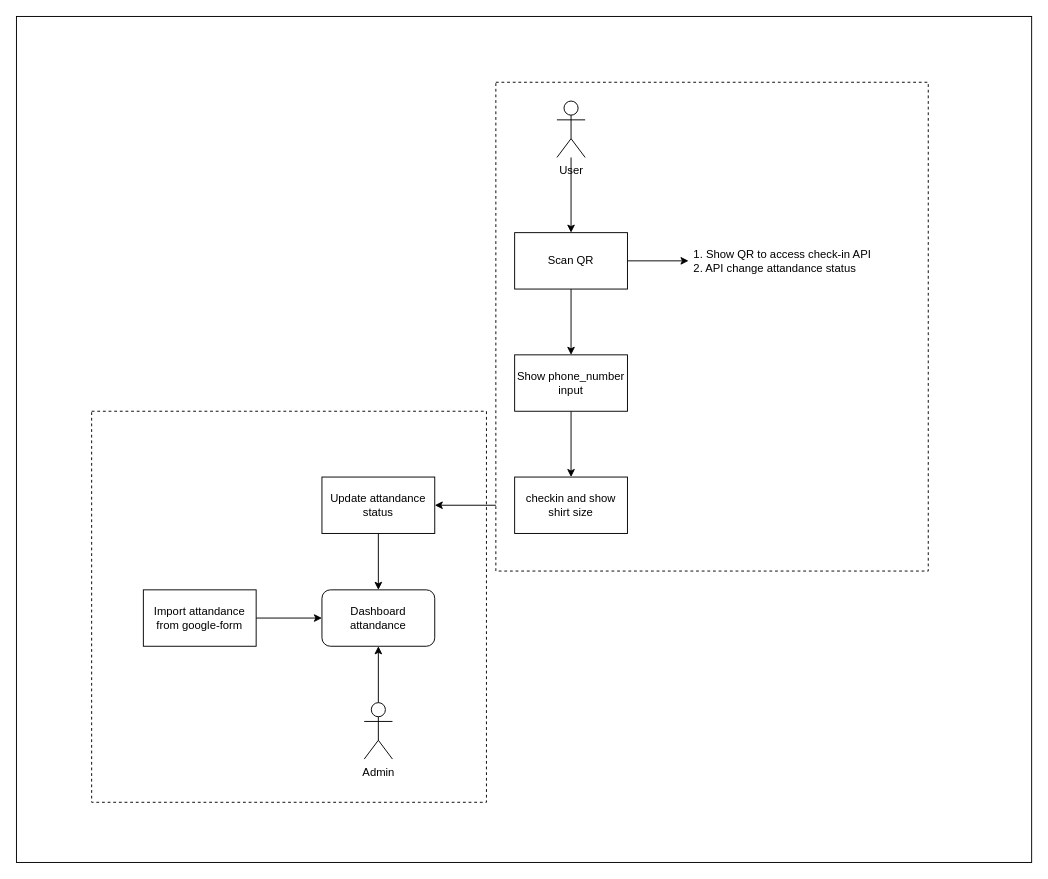
Before: flow.drawio in bip-itteam-internal/halal-bihalal-2025, a draw.io diagram. Source tidied: cells renumbered, new cells numbered last; positions are measured from the earlier drawing's top-left corner, leaving out a move shared by most shapes. Both pictures are drawn from the tidied source at 94%, with x=0, y=0 at pixel (16, 16).
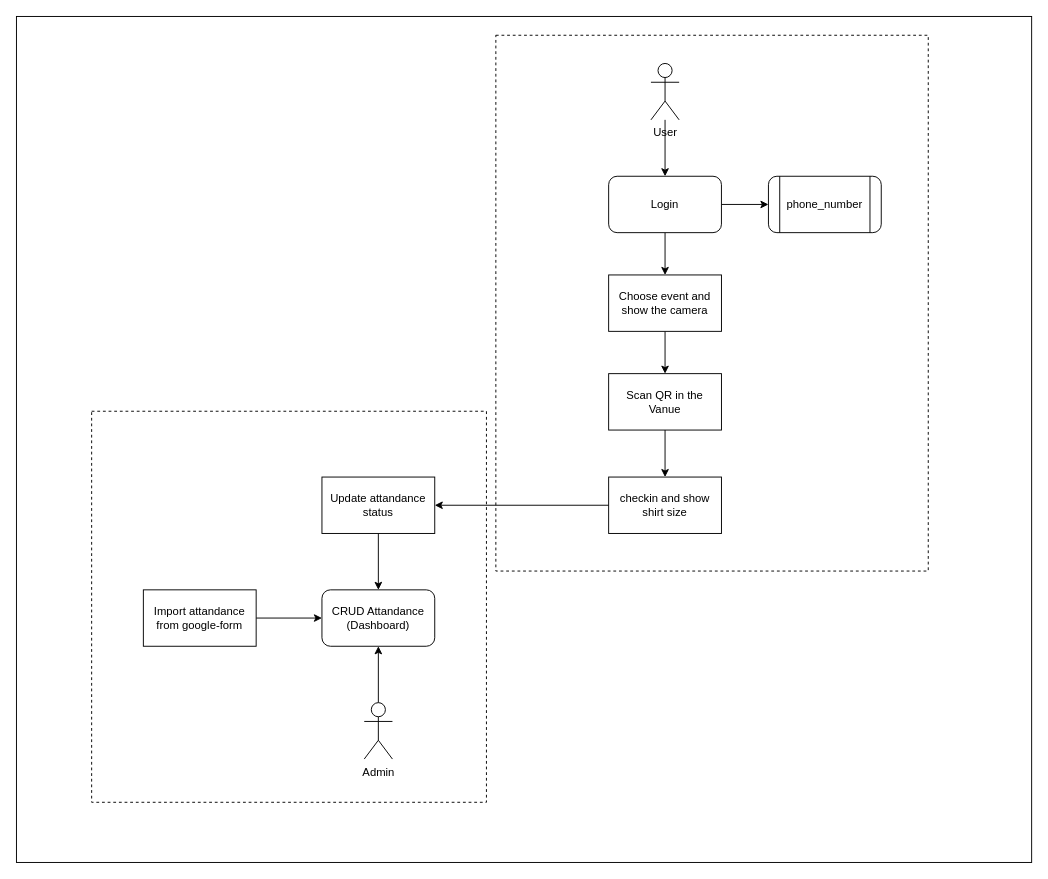
Above is the later version.

Unchanged cells that the change refers to:
```xml
<mxCell id="6" value="Update attandance status" style="rounded=0;whiteSpace=wrap;html=1;" parent="1" vertex="1">
  <mxGeometry x="325" y="490" width="120" height="60" as="geometry" />
</mxCell>
```

What changed in the source:
```diff
@@
-    <mxCell id="4" style="edgeStyle=orthogonalEdgeStyle;rounded=0;jettySize=auto;html=1;" parent="1" edge="1" source="20" target="6">
-      <mxGeometry relative="1" as="geometry" />
-    </mxCell>
@@
-    <mxCell id="7" value="Dashboard attandance" style="rounded=1;whiteSpace=wrap;html=1;" parent="1" vertex="1">
+    <mxCell id="7" value="CRUD Attandance (Dashboard)" style="rounded=1;whiteSpace=wrap;html=1;" parent="1" vertex="1">
       <mxGeometry x="325" y="610" width="120" height="60" as="geometry" />
     </mxCell>
@@
     <mxCell id="12" style="rounded=0;whiteSpace=wrap;html=1;dashed=1;" parent="1" vertex="1">
-      <mxGeometry x="510" y="70" width="460" height="520" as="geometry" />
+      <mxGeometry x="510" y="20" width="460" height="570" as="geometry" />
     </mxCell>
-    <mxCell id="13" style="edgeStyle=orthogonalEdgeStyle;rounded=0;jettySize=auto;html=1;" parent="1" edge="1" source="14" target="17">
+    <mxCell id="13" style="edgeStyle=orthogonalEdgeStyle;rounded=0;jettySize=auto;html=1;entryX=0.5;entryY=0;entryDx=0;entryDy=0;" parent="1" edge="1" source="14" target="24">
       <mxGeometry relative="1" as="geometry" />
     </mxCell>
     <mxCell id="14" value="User" style="shape=umlActor;verticalLabelPosition=bottom;verticalAlign=top;html=1;outlineConnect=0;" parent="1" vertex="1">
-      <mxGeometry x="575" y="90" width="30" height="60" as="geometry" />
+      <mxGeometry x="675" y="50" width="30" height="60" as="geometry" />
     </mxCell>
-    <mxCell id="15" style="edgeStyle=orthogonalEdgeStyle;rounded=0;jettySize=auto;html=1;" parent="1" edge="1" source="17" target="19">
-      <mxGeometry relative="1" as="geometry" />
-    </mxCell>
-    <mxCell id="16" style="edgeStyle=orthogonalEdgeStyle;rounded=0;jettySize=auto;html=1;entryX=0;entryY=0.5;entryDx=0;entryDy=0;" parent="1" edge="1" source="17" target="21">
-      <mxGeometry relative="1" as="geometry" />
-    </mxCell>
-    <mxCell id="17" value="Scan QR" style="rounded=0;whiteSpace=wrap;html=1;" parent="1" vertex="1">
-      <mxGeometry x="530" y="230" width="120" height="60" as="geometry" />
+    <mxCell id="17" value="Scan QR in the Vanue" style="rounded=0;whiteSpace=wrap;html=1;" parent="1" vertex="1">
+      <mxGeometry x="630" y="380" width="120" height="60" as="geometry" />
     </mxCell>
-    <mxCell id="18" style="edgeStyle=orthogonalEdgeStyle;rounded=0;jettySize=auto;html=1;entryX=0.5;entryY=0;entryDx=0;entryDy=0;" parent="1" edge="1" source="19" target="20">
+    <mxCell id="18" style="edgeStyle=orthogonalEdgeStyle;rounded=0;jettySize=auto;html=1;entryX=0.5;entryY=0;entryDx=0;entryDy=0;exitX=0.5;exitY=1;exitDx=0;exitDy=0;" parent="1" edge="1" source="17" target="20">
       <mxGeometry relative="1" as="geometry" />
     </mxCell>
-    <mxCell id="19" value="Show phone_number input" style="rounded=0;whiteSpace=wrap;html=1;" parent="1" vertex="1">
-      <mxGeometry x="530" y="360" width="120" height="60" as="geometry" />
-    </mxCell>
     <mxCell id="20" value="checkin and show shirt size" style="rounded=0;whiteSpace=wrap;html=1;" parent="1" vertex="1">
-      <mxGeometry x="530" y="490" width="120" height="60" as="geometry" />
+      <mxGeometry x="630" y="490" width="120" height="60" as="geometry" />
     </mxCell>
-    <mxCell id="21" value="&lt;div style=&quot;text-align: left;&quot;&gt;&lt;span style=&quot;background-color: transparent; color: light-dark(rgb(0, 0, 0), rgb(255, 255, 255));&quot;&gt;1. Show QR to access check-in API&lt;br&gt;2. API change attandance status&lt;/span&gt;&lt;/div&gt;" style="text;html=1;align=center;verticalAlign=middle;whiteSpace=wrap;rounded=0;" parent="1" vertex="1">
-      <mxGeometry x="715" y="245" width="200" height="30" as="geometry" />
-    </mxCell>
+    <mxCell id="22" style="edgeStyle=orthogonalEdgeStyle;rounded=0;jettySize=auto;html=1;entryX=0.5;entryY=0;entryDx=0;entryDy=0;" parent="1" edge="1" source="24" target="26">
+      <mxGeometry relative="1" as="geometry" />
+    </mxCell>
+    <mxCell id="23" style="edgeStyle=orthogonalEdgeStyle;rounded=0;jettySize=auto;html=1;" parent="1" edge="1" source="24" target="27">
+      <mxGeometry relative="1" as="geometry" />
+    </mxCell>
+    <mxCell id="24" value="Login" style="rounded=1;whiteSpace=wrap;html=1;" parent="1" vertex="1">
+      <mxGeometry x="630" y="170" width="120" height="60" as="geometry" />
+    </mxCell>
+    <mxCell id="25" style="edgeStyle=orthogonalEdgeStyle;rounded=0;jettySize=auto;html=1;entryX=0.5;entryY=0;entryDx=0;entryDy=0;" parent="1" edge="1" source="26" target="17">
+      <mxGeometry relative="1" as="geometry" />
+    </mxCell>
+    <mxCell id="26" value="Choose event and show the camera" style="rounded=0;whiteSpace=wrap;html=1;" parent="1" vertex="1">
+      <mxGeometry x="630" y="275" width="120" height="60" as="geometry" />
+    </mxCell>
+    <mxCell id="4" style="edgeStyle=orthogonalEdgeStyle;rounded=0;jettySize=auto;html=1;" parent="1" edge="1" source="20" target="6">
+      <mxGeometry relative="1" as="geometry" />
+    </mxCell>
+    <mxCell id="27" value="phone_number" style="shape=process;whiteSpace=wrap;html=1;backgroundOutline=1;rounded=1;" parent="1" vertex="1">
+      <mxGeometry x="800" y="170" width="120" height="60" as="geometry" />
+    </mxCell>
```
